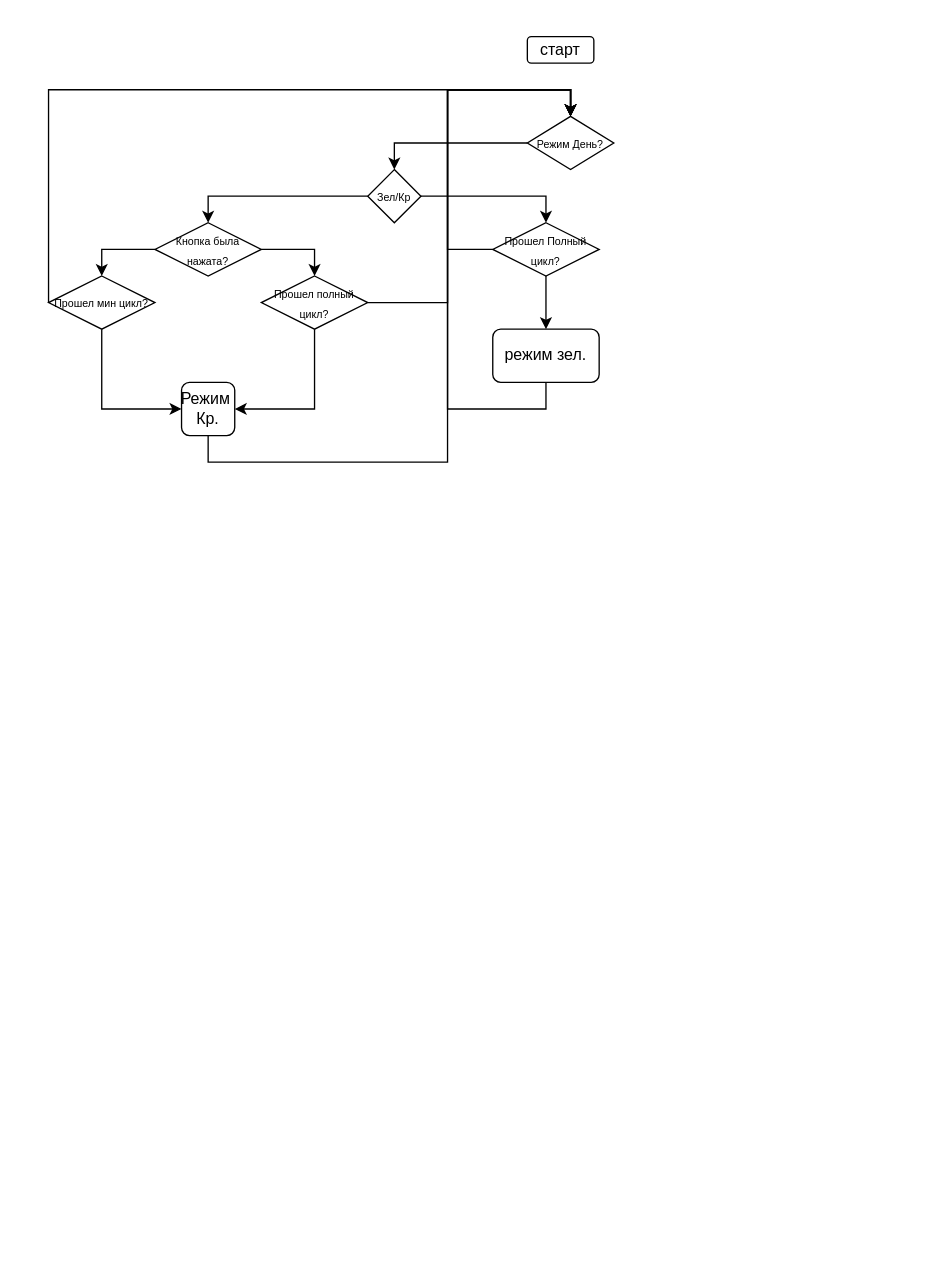
Before: Untitled Diagram.drawio in Zed-chi/svetofor, a draw.io diagram. Source tidied: cells renumbered, new cells numbered last; positions are measured from the earlier drawing's top-left corner, leaving out a move shared by most shapes. Both pictures are drawn from the tidied source at 133%, with x=0, y=0 at pixel (48, 36).
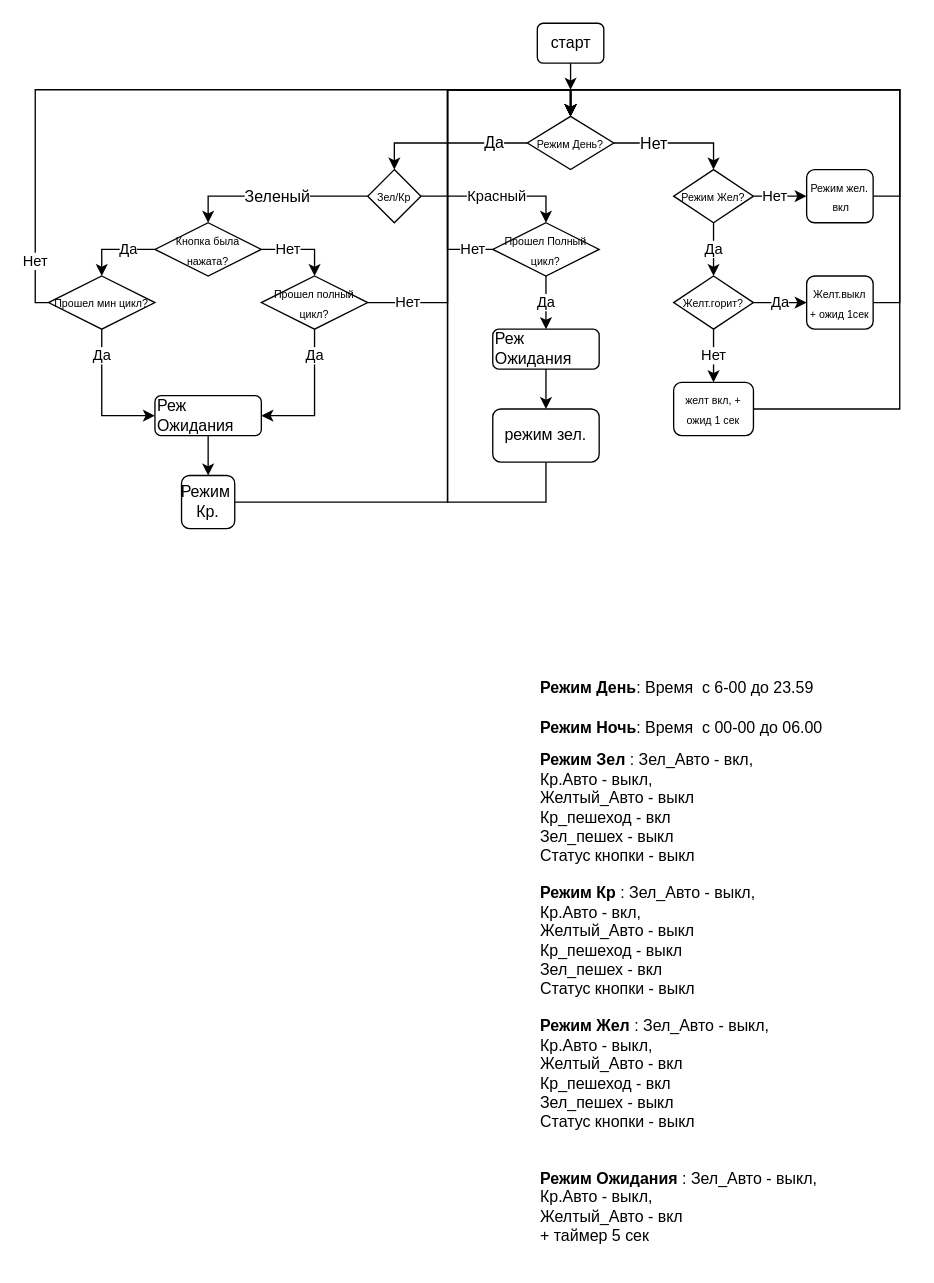
The same diagram, later.

Unchanged cells that the change refers to:
```xml
<mxCell id="4" value="&lt;font style=&quot;font-size: 8px&quot;&gt;Режим День?&lt;/font&gt;" style="rhombus;whiteSpace=wrap;html=1;" parent="1" vertex="1">
  <mxGeometry x="360" y="60" width="65" height="40" as="geometry" />
</mxCell>
<mxCell id="5" style="edgeStyle=orthogonalEdgeStyle;rounded=0;jettySize=auto;html=1;exitX=0;exitY=0.5;exitDx=0;exitDy=0;entryX=0.5;entryY=0;entryDx=0;entryDy=0;" parent="1" edge="1" source="7" target="10">
  <mxGeometry relative="1" as="geometry" />
</mxCell>
<mxCell id="7" value="&lt;font style=&quot;font-size: 8px&quot;&gt;Зел/Кр&lt;/font&gt;" style="rhombus;whiteSpace=wrap;html=1;" parent="1" vertex="1">
  <mxGeometry x="240" y="100" width="40" height="40" as="geometry" />
</mxCell>
<mxCell id="10" value="&lt;font style=&quot;font-size: 8px&quot;&gt;Кнопка была нажата?&lt;/font&gt;" style="rhombus;whiteSpace=wrap;html=1;" parent="1" vertex="1">
  <mxGeometry x="80" y="140" width="80" height="40" as="geometry" />
</mxCell>
<mxCell id="13" value="&lt;font style=&quot;font-size: 8px&quot;&gt;Прошел мин цикл?&lt;/font&gt;" style="rhombus;whiteSpace=wrap;html=1;" parent="1" vertex="1">
  <mxGeometry y="180" width="80" height="40" as="geometry" />
</mxCell>
<mxCell id="18" value="&lt;font style=&quot;font-size: 8px&quot;&gt;Прошел полный цикл?&lt;/font&gt;" style="rhombus;whiteSpace=wrap;html=1;" parent="1" vertex="1">
  <mxGeometry x="160" y="180" width="80" height="40" as="geometry" />
</mxCell>
<mxCell id="21" value="&lt;font style=&quot;font-size: 8px&quot;&gt;Прошел Полный цикл?&lt;/font&gt;" style="rhombus;whiteSpace=wrap;html=1;" parent="1" vertex="1">
  <mxGeometry x="334" y="140" width="80" height="40" as="geometry" />
</mxCell>
```

The edit, as a diff of the source:
```diff
@@
+    <mxCell id="24" style="edgeStyle=orthogonalEdgeStyle;rounded=0;jettySize=auto;html=1;exitX=0.5;exitY=1;exitDx=0;exitDy=0;" parent="1" edge="1" source="2">
+      <mxGeometry relative="1" as="geometry">
+        <mxPoint x="392.5" y="40" as="targetPoint" />
+      </mxGeometry>
+    </mxCell>
     <mxCell id="2" value="старт" style="rounded=1;whiteSpace=wrap;html=1;" parent="1" vertex="1">
-      <mxGeometry x="360" width="50" height="20" as="geometry" />
+      <mxGeometry x="367.5" y="-10" width="50" height="30" as="geometry" />
     </mxCell>
@@
+    <mxCell id="25" style="edgeStyle=orthogonalEdgeStyle;rounded=0;jettySize=auto;html=1;exitX=1;exitY=0.5;exitDx=0;exitDy=0;entryX=0.5;entryY=0;entryDx=0;entryDy=0;" parent="1" edge="1" source="4" target="31">
+      <mxGeometry relative="1" as="geometry" />
+    </mxCell>
+    <mxCell id="26" value="Нет&lt;br&gt;" style="text;html=1;align=center;verticalAlign=middle;labelBackgroundColor=#ffffff;" parent="25" vertex="1">
+      <mxGeometry x="-0.39" y="-1" relative="1" as="geometry">
+        <mxPoint y="-1" as="offset" />
+      </mxGeometry>
+    </mxCell>
@@
+    <mxCell id="27" value="Зеленый" style="text;html=1;align=center;verticalAlign=middle;labelBackgroundColor=#ffffff;" parent="5" vertex="1">
+      <mxGeometry x="-0.01" relative="1" as="geometry" />
+    </mxCell>
-    <mxCell id="6" style="edgeStyle=orthogonalEdgeStyle;rounded=0;jettySize=auto;html=1;exitX=1;exitY=0.5;exitDx=0;exitDy=0;entryX=0.5;entryY=0;entryDx=0;entryDy=0;" parent="1" edge="1" source="7" target="21">
+    <mxCell id="6" value="Красный&lt;br&gt;" style="edgeStyle=orthogonalEdgeStyle;rounded=0;jettySize=auto;html=1;exitX=1;exitY=0.5;exitDx=0;exitDy=0;entryX=0.5;entryY=0;entryDx=0;entryDy=0;" parent="1" edge="1" source="7" target="21">
       <mxGeometry relative="1" as="geometry" />
     </mxCell>
@@
-    <mxCell id="8" style="edgeStyle=orthogonalEdgeStyle;rounded=0;jettySize=auto;html=1;exitX=0;exitY=0.5;exitDx=0;exitDy=0;entryX=0.5;entryY=0;entryDx=0;entryDy=0;" parent="1" edge="1" source="10" target="13">
-      <mxGeometry relative="1" as="geometry" />
+    <mxCell id="8" value="Да&lt;br&gt;" style="edgeStyle=orthogonalEdgeStyle;rounded=0;jettySize=auto;html=1;exitX=0;exitY=0.5;exitDx=0;exitDy=0;entryX=0.5;entryY=0;entryDx=0;entryDy=0;" parent="1" edge="1" source="10" target="13">
+      <mxGeometry x="-0.33" relative="1" as="geometry" />
     </mxCell>
-    <mxCell id="9" style="edgeStyle=orthogonalEdgeStyle;rounded=0;jettySize=auto;html=1;exitX=1;exitY=0.5;exitDx=0;exitDy=0;entryX=0.5;entryY=0;entryDx=0;entryDy=0;" parent="1" edge="1" source="10" target="18">
-      <mxGeometry relative="1" as="geometry" />
+    <mxCell id="9" value="Нет" style="edgeStyle=orthogonalEdgeStyle;rounded=0;jettySize=auto;html=1;exitX=1;exitY=0.5;exitDx=0;exitDy=0;entryX=0.5;entryY=0;entryDx=0;entryDy=0;" parent="1" edge="1" source="10" target="18">
+      <mxGeometry x="-0.33" relative="1" as="geometry">
+        <Array as="points">
+          <mxPoint x="200" y="160" />
+        </Array>
+      </mxGeometry>
     </mxCell>
@@
-    <mxCell id="11" style="edgeStyle=orthogonalEdgeStyle;rounded=0;jettySize=auto;html=1;exitX=0.5;exitY=1;exitDx=0;exitDy=0;entryX=0;entryY=0.5;entryDx=0;entryDy=0;" parent="1" edge="1" source="13" target="15">
-      <mxGeometry relative="1" as="geometry" />
-    </mxCell>
-    <mxCell id="12" style="edgeStyle=orthogonalEdgeStyle;rounded=0;jettySize=auto;html=1;exitX=0;exitY=0.5;exitDx=0;exitDy=0;entryX=0.5;entryY=0;entryDx=0;entryDy=0;" parent="1" edge="1" source="13" target="4">
-      <mxGeometry relative="1" as="geometry">
+    <mxCell id="12" value="Нет" style="edgeStyle=orthogonalEdgeStyle;rounded=0;jettySize=auto;html=1;exitX=0;exitY=0.5;exitDx=0;exitDy=0;entryX=0.5;entryY=0;entryDx=0;entryDy=0;" parent="1" edge="1" source="13" target="4">
+      <mxGeometry x="-0.86" relative="1" as="geometry">
         <Array as="points">
-          <mxPoint y="40" />
-          <mxPoint x="392" y="40" />
+          <mxPoint x="-10" y="200" />
+          <mxPoint x="-10" y="40" />
+          <mxPoint x="393" y="40" />
         </Array>
       </mxGeometry>
     </mxCell>
@@
-    <mxCell id="14" style="edgeStyle=orthogonalEdgeStyle;rounded=0;jettySize=auto;html=1;exitX=0.5;exitY=1;exitDx=0;exitDy=0;entryX=0.5;entryY=0;entryDx=0;entryDy=0;" parent="1" edge="1" source="15" target="4">
+    <mxCell id="14" style="edgeStyle=orthogonalEdgeStyle;rounded=0;jettySize=auto;html=1;exitX=1;exitY=0.5;exitDx=0;exitDy=0;entryX=0.5;entryY=0;entryDx=0;entryDy=0;" parent="1" edge="1" source="15" target="4">
       <mxGeometry relative="1" as="geometry">
         <Array as="points">
-          <mxPoint x="120" y="320" />
-          <mxPoint x="300" y="320" />
+          <mxPoint x="300" y="350" />
           <mxPoint x="300" y="40" />
-          <mxPoint x="392" y="40" />
+          <mxPoint x="393" y="40" />
         </Array>
       </mxGeometry>
     </mxCell>
     <mxCell id="15" value="Режим&amp;nbsp; Кр." style="rounded=1;whiteSpace=wrap;html=1;" parent="1" vertex="1">
-      <mxGeometry x="100" y="260" width="40" height="40" as="geometry" />
+      <mxGeometry x="100" y="330" width="40" height="40" as="geometry" />
     </mxCell>
-    <mxCell id="16" style="edgeStyle=orthogonalEdgeStyle;rounded=0;jettySize=auto;html=1;exitX=0.5;exitY=1;exitDx=0;exitDy=0;entryX=1;entryY=0.5;entryDx=0;entryDy=0;" parent="1" edge="1" source="18" target="15">
-      <mxGeometry relative="1" as="geometry" />
+    <mxCell id="16" value="Да" style="edgeStyle=orthogonalEdgeStyle;rounded=0;jettySize=auto;html=1;exitX=0.5;exitY=1;exitDx=0;exitDy=0;entryX=1;entryY=0.5;entryDx=0;entryDy=0;" parent="1" edge="1" source="18" target="47">
+      <mxGeometry x="-0.62" relative="1" as="geometry" />
     </mxCell>
-    <mxCell id="17" style="edgeStyle=orthogonalEdgeStyle;rounded=0;jettySize=auto;html=1;exitX=1;exitY=0.5;exitDx=0;exitDy=0;entryX=0.5;entryY=0;entryDx=0;entryDy=0;" parent="1" edge="1" source="18" target="4">
-      <mxGeometry relative="1" as="geometry" />
+    <mxCell id="17" value="Нет" style="edgeStyle=orthogonalEdgeStyle;rounded=0;jettySize=auto;html=1;exitX=1;exitY=0.5;exitDx=0;exitDy=0;entryX=0.5;entryY=0;entryDx=0;entryDy=0;" parent="1" edge="1" source="18" target="4">
+      <mxGeometry x="-0.82" relative="1" as="geometry" />
     </mxCell>
@@
-    <mxCell id="19" style="edgeStyle=orthogonalEdgeStyle;rounded=0;jettySize=auto;html=1;exitX=0.5;exitY=1;exitDx=0;exitDy=0;entryX=0.5;entryY=0;entryDx=0;entryDy=0;" parent="1" edge="1" source="21" target="23">
+    <mxCell id="19" value="Да" style="edgeStyle=orthogonalEdgeStyle;rounded=0;jettySize=auto;html=1;exitX=0.5;exitY=1;exitDx=0;exitDy=0;entryX=0.5;entryY=0;entryDx=0;entryDy=0;" parent="1" edge="1" source="21" target="50">
       <mxGeometry relative="1" as="geometry" />
     </mxCell>
-    <mxCell id="20" style="edgeStyle=orthogonalEdgeStyle;rounded=0;jettySize=auto;html=1;exitX=0;exitY=0.5;exitDx=0;exitDy=0;entryX=0.5;entryY=0;entryDx=0;entryDy=0;" parent="1" edge="1" source="21" target="4">
-      <mxGeometry relative="1" as="geometry">
+    <mxCell id="20" value="Нет" style="edgeStyle=orthogonalEdgeStyle;rounded=0;jettySize=auto;html=1;exitX=0;exitY=0.5;exitDx=0;exitDy=0;entryX=0.5;entryY=0;entryDx=0;entryDy=0;" parent="1" edge="1" source="21" target="4">
+      <mxGeometry x="-0.89" relative="1" as="geometry">
         <Array as="points">
           <mxPoint x="300" y="160" />
           <mxPoint x="300" y="40" />
           <mxPoint x="392" y="40" />
         </Array>
       </mxGeometry>
     </mxCell>
@@
     <mxCell id="22" style="edgeStyle=orthogonalEdgeStyle;rounded=0;jettySize=auto;html=1;exitX=0.5;exitY=1;exitDx=0;exitDy=0;entryX=0.5;entryY=0;entryDx=0;entryDy=0;" parent="1" edge="1" source="23" target="4">
       <mxGeometry relative="1" as="geometry">
         <Array as="points">
-          <mxPoint x="374" y="280" />
-          <mxPoint x="300" y="280" />
+          <mxPoint x="374" y="350" />
+          <mxPoint x="300" y="350" />
           <mxPoint x="300" y="40" />
           <mxPoint x="393" y="40" />
-          <mxPoint x="393" y="60" />
         </Array>
       </mxGeometry>
     </mxCell>
+    <mxCell id="28" value="Да" style="text;html=1;align=center;verticalAlign=middle;labelBackgroundColor=#ffffff;" parent="22" vertex="1">
+      <mxGeometry x="0.42" y="3" relative="1" as="geometry">
+        <mxPoint x="37" y="-0.7" as="offset" />
+      </mxGeometry>
+    </mxCell>
     <mxCell id="23" value="режим зел." style="rounded=1;whiteSpace=wrap;html=1;" parent="1" vertex="1">
-      <mxGeometry x="334" y="220" width="80" height="40" as="geometry" />
+      <mxGeometry x="334" y="280" width="80" height="40" as="geometry" />
     </mxCell>
+    <mxCell id="29" value="Нет" style="edgeStyle=orthogonalEdgeStyle;rounded=0;jettySize=auto;html=1;exitX=1;exitY=0.5;exitDx=0;exitDy=0;entryX=0;entryY=0.5;entryDx=0;entryDy=0;" parent="1" edge="1" source="31" target="33">
+      <mxGeometry x="-0.2" relative="1" as="geometry" />
+    </mxCell>
+    <mxCell id="30" value="Да" style="edgeStyle=orthogonalEdgeStyle;rounded=0;jettySize=auto;html=1;exitX=0.5;exitY=1;exitDx=0;exitDy=0;entryX=0.5;entryY=0;entryDx=0;entryDy=0;" parent="1" edge="1" source="31" target="36">
+      <mxGeometry relative="1" as="geometry" />
+    </mxCell>
+    <mxCell id="31" value="&lt;font style=&quot;font-size: 8px&quot;&gt;Режим Жел?&lt;/font&gt;" style="rhombus;whiteSpace=wrap;html=1;" parent="1" vertex="1">
+      <mxGeometry x="470" y="100" width="60" height="40" as="geometry" />
+    </mxCell>
+    <mxCell id="32" style="edgeStyle=orthogonalEdgeStyle;rounded=0;jettySize=auto;html=1;exitX=1;exitY=0.5;exitDx=0;exitDy=0;entryX=0.5;entryY=0;entryDx=0;entryDy=0;" parent="1" edge="1" source="33" target="4">
+      <mxGeometry relative="1" as="geometry" />
+    </mxCell>
+    <mxCell id="33" value="&lt;font style=&quot;font-size: 8px&quot;&gt;Режим жел.&lt;br&gt;&amp;nbsp;вкл&lt;/font&gt;" style="rounded=1;whiteSpace=wrap;html=1;" parent="1" vertex="1">
+      <mxGeometry x="570" y="100" width="50" height="40" as="geometry" />
+    </mxCell>
+    <mxCell id="34" value="Нет" style="edgeStyle=orthogonalEdgeStyle;rounded=0;jettySize=auto;html=1;exitX=0.5;exitY=1;exitDx=0;exitDy=0;entryX=0.5;entryY=0;entryDx=0;entryDy=0;" parent="1" edge="1" source="36" target="38">
+      <mxGeometry relative="1" as="geometry" />
+    </mxCell>
+    <mxCell id="35" value="Да" style="edgeStyle=orthogonalEdgeStyle;rounded=0;jettySize=auto;html=1;exitX=1;exitY=0.5;exitDx=0;exitDy=0;entryX=0;entryY=0.5;entryDx=0;entryDy=0;" parent="1" edge="1" source="36" target="40">
+      <mxGeometry relative="1" as="geometry" />
+    </mxCell>
+    <mxCell id="36" value="&lt;font style=&quot;font-size: 8px&quot;&gt;Желт.горит?&lt;/font&gt;" style="rhombus;whiteSpace=wrap;html=1;" parent="1" vertex="1">
+      <mxGeometry x="470" y="180" width="60" height="40" as="geometry" />
+    </mxCell>
+    <mxCell id="37" style="edgeStyle=orthogonalEdgeStyle;rounded=0;jettySize=auto;html=1;exitX=1;exitY=0.5;exitDx=0;exitDy=0;entryX=0.5;entryY=0;entryDx=0;entryDy=0;" parent="1" edge="1" source="38" target="4">
+      <mxGeometry relative="1" as="geometry">
+        <Array as="points">
+          <mxPoint x="640" y="280" />
+          <mxPoint x="640" y="40" />
+          <mxPoint x="393" y="40" />
+        </Array>
+      </mxGeometry>
+    </mxCell>
+    <mxCell id="38" value="&lt;font style=&quot;font-size: 8px&quot;&gt;желт вкл, +&lt;br&gt;ожид 1 сек&lt;/font&gt;" style="rounded=1;whiteSpace=wrap;html=1;" parent="1" vertex="1">
+      <mxGeometry x="470" y="260" width="60" height="40" as="geometry" />
+    </mxCell>
+    <mxCell id="39" style="edgeStyle=orthogonalEdgeStyle;rounded=0;jettySize=auto;html=1;exitX=1;exitY=0.5;exitDx=0;exitDy=0;entryX=0.5;entryY=0;entryDx=0;entryDy=0;" parent="1" edge="1" source="40" target="4">
+      <mxGeometry relative="1" as="geometry">
+        <Array as="points">
+          <mxPoint x="640" y="200" />
+          <mxPoint x="640" y="40" />
+          <mxPoint x="393" y="40" />
+        </Array>
+      </mxGeometry>
+    </mxCell>
+    <mxCell id="40" value="&lt;font style=&quot;font-size: 8px&quot;&gt;Желт.выкл&lt;br&gt;+ ожид 1сек&lt;/font&gt;" style="rounded=1;whiteSpace=wrap;html=1;" parent="1" vertex="1">
+      <mxGeometry x="570" y="180" width="50" height="40" as="geometry" />
+    </mxCell>
+    <mxCell id="41" value="&lt;b&gt;Режим День&lt;/b&gt;: Время&amp;nbsp; с 6-00 до 23.59" style="text;html=1;strokeColor=none;fillColor=none;align=left;verticalAlign=middle;whiteSpace=wrap;rounded=0;" parent="1" vertex="1">
+      <mxGeometry x="367.5" y="480" width="240" height="20" as="geometry" />
+    </mxCell>
+    <mxCell id="42" value="&lt;b&gt;Режим Ночь&lt;/b&gt;: Время&amp;nbsp; с 00-00 до 06.00" style="text;html=1;strokeColor=none;fillColor=none;align=left;verticalAlign=middle;whiteSpace=wrap;rounded=0;" parent="1" vertex="1">
+      <mxGeometry x="367.5" y="510" width="240" height="20" as="geometry" />
+    </mxCell>
+    <mxCell id="43" value="&lt;b&gt;Режим Зел&lt;/b&gt; : Зел_Авто - вкл, &lt;br&gt;Кр.Авто - выкл, &lt;br&gt;Желтый_Авто - выкл&lt;br&gt;Кр_пешеход - вкл&lt;br&gt;Зел_пешех - выкл&lt;br&gt;Статус кнопки - выкл" style="text;html=1;strokeColor=none;fillColor=none;align=left;verticalAlign=middle;whiteSpace=wrap;rounded=0;" parent="1" vertex="1">
+      <mxGeometry x="367.5" y="540" width="240" height="80" as="geometry" />
+    </mxCell>
+    <mxCell id="44" value="&lt;b&gt;Режим Кр&lt;/b&gt; : Зел_Авто - выкл, &lt;br&gt;Кр.Авто - вкл, &lt;br&gt;Желтый_Авто - выкл&lt;br&gt;Кр_пешеход - выкл&lt;br&gt;Зел_пешех - вкл&lt;br&gt;Статус кнопки - выкл" style="text;html=1;strokeColor=none;fillColor=none;align=left;verticalAlign=middle;whiteSpace=wrap;rounded=0;" parent="1" vertex="1">
+      <mxGeometry x="367.5" y="640" width="240" height="80" as="geometry" />
+    </mxCell>
+    <mxCell id="45" value="&lt;b&gt;Режим Жел&lt;/b&gt; : Зел_Авто - выкл, &lt;br&gt;Кр.Авто - выкл, &lt;br&gt;Желтый_Авто - вкл&lt;br&gt;Кр_пешеход - вкл&lt;br&gt;Зел_пешех - выкл&lt;br&gt;Статус кнопки - выкл" style="text;html=1;strokeColor=none;fillColor=none;align=left;verticalAlign=middle;whiteSpace=wrap;rounded=0;" parent="1" vertex="1">
+      <mxGeometry x="367.5" y="740" width="240" height="80" as="geometry" />
+    </mxCell>
+    <mxCell id="46" style="edgeStyle=orthogonalEdgeStyle;rounded=0;jettySize=auto;html=1;exitX=0.5;exitY=1;exitDx=0;exitDy=0;entryX=0.5;entryY=0;entryDx=0;entryDy=0;" parent="1" edge="1" source="47" target="15">
+      <mxGeometry relative="1" as="geometry" />
+    </mxCell>
+    <mxCell id="47" value="Реж Ожидания" style="rounded=1;whiteSpace=wrap;html=1;align=left;" parent="1" vertex="1">
+      <mxGeometry x="80" y="270" width="80" height="30" as="geometry" />
+    </mxCell>
+    <mxCell id="48" value="Да&lt;br&gt;" style="edgeStyle=orthogonalEdgeStyle;rounded=0;jettySize=auto;html=1;exitX=0.5;exitY=1;exitDx=0;exitDy=0;entryX=0;entryY=0.5;entryDx=0;entryDy=0;" parent="1" edge="1" source="13" target="47">
+      <mxGeometry x="-0.62" relative="1" as="geometry" />
+    </mxCell>
+    <mxCell id="49" style="edgeStyle=orthogonalEdgeStyle;rounded=0;jettySize=auto;html=1;exitX=0.5;exitY=1;exitDx=0;exitDy=0;entryX=0.5;entryY=0;entryDx=0;entryDy=0;" parent="1" edge="1" source="50" target="23">
+      <mxGeometry relative="1" as="geometry" />
+    </mxCell>
+    <mxCell id="50" value="Реж Ожидания" style="rounded=1;whiteSpace=wrap;html=1;align=left;" parent="1" vertex="1">
+      <mxGeometry x="334" y="220" width="80" height="30" as="geometry" />
+    </mxCell>
+    <mxCell id="51" value="&lt;b&gt;Режим Ожидания&lt;/b&gt;&amp;nbsp;: Зел_Авто - выкл, &lt;br&gt;Кр.Авто - выкл, &lt;br&gt;Желтый_Авто - вкл&lt;br&gt;+ таймер 5 сек" style="text;html=1;strokeColor=none;fillColor=none;align=left;verticalAlign=middle;whiteSpace=wrap;rounded=0;" parent="1" vertex="1">
+      <mxGeometry x="367.5" y="840" width="240" height="80" as="geometry" />
+    </mxCell>
```
